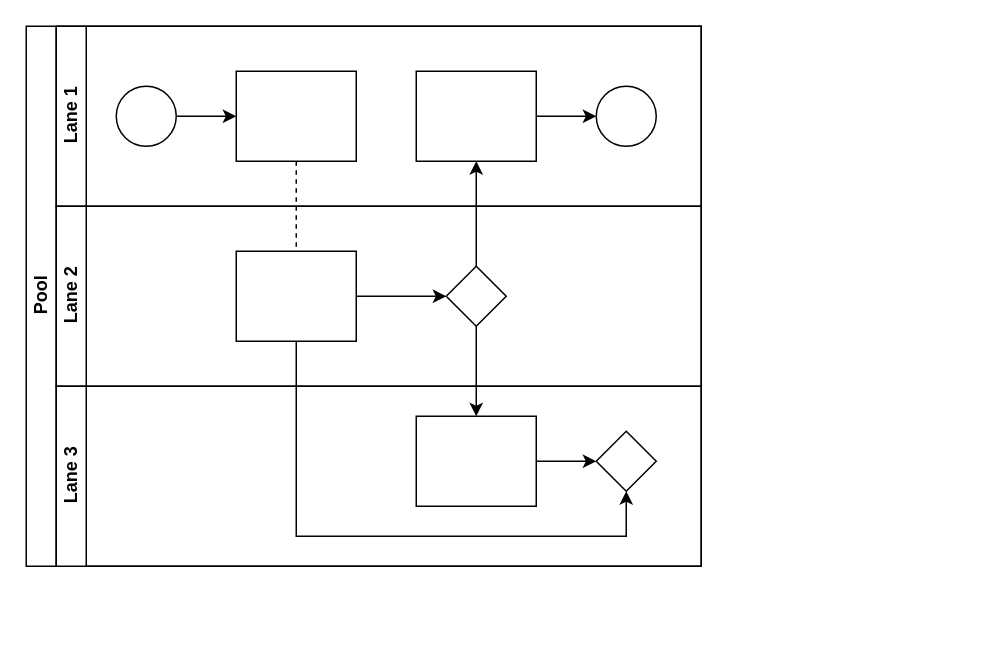
GpigeonCX/hello_world keeps this draw.io diagram as Untitled Diagram.drawio. Above is the earlier version. Source tidied: cells renumbered, new cells numbered last; positions are measured from the earlier drawing's top-left corner, leaving out a move shared by most shapes. Both pictures are drawn from the tidied source at 150%, with x=0, y=0 at pixel (26, 26).
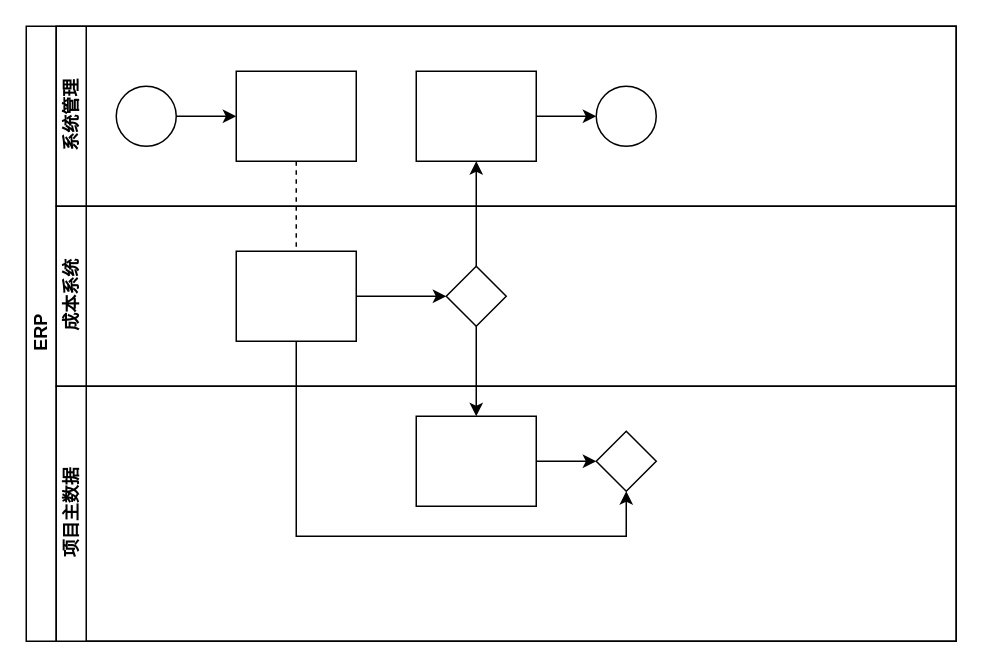
The same diagram, later.

Change to the diagram source:
```diff
@@
-    <mxCell id="2" value="Pool" style="swimlane;html=1;horizontal=0;startSize=20;" parent="1" vertex="1">
-      <mxGeometry width="450" height="360" as="geometry" />
+    <mxCell id="2" value="ERP" style="swimlane;html=1;horizontal=0;startSize=20;" parent="1" vertex="1">
+      <mxGeometry width="620" height="410" as="geometry" />
     </mxCell>
@@
-    <mxCell id="7" value="Lane 1" style="swimlane;html=1;startSize=20;horizontal=0;" parent="2" vertex="1">
-      <mxGeometry x="20" width="430" height="120" as="geometry" />
+    <mxCell id="7" value="系统管理" style="swimlane;html=1;startSize=20;horizontal=0;" parent="2" vertex="1">
+      <mxGeometry x="20" width="600" height="120" as="geometry" />
     </mxCell>
@@
-    <mxCell id="14" value="Lane 2" style="swimlane;html=1;startSize=20;horizontal=0;" parent="2" vertex="1">
-      <mxGeometry x="20" y="120" width="430" height="120" as="geometry" />
+    <mxCell id="14" value="成本系统" style="swimlane;html=1;startSize=20;horizontal=0;" parent="2" vertex="1">
+      <mxGeometry x="20" y="120" width="600" height="120" as="geometry" />
     </mxCell>
@@
-    <mxCell id="18" value="Lane 3" style="swimlane;html=1;startSize=20;horizontal=0;" parent="2" vertex="1">
-      <mxGeometry x="20" y="240" width="430" height="120" as="geometry" />
+    <mxCell id="18" value="项目主数据" style="swimlane;html=1;startSize=20;horizontal=0;" parent="2" vertex="1">
+      <mxGeometry x="20" y="240" width="600" height="170" as="geometry" />
     </mxCell>
```
